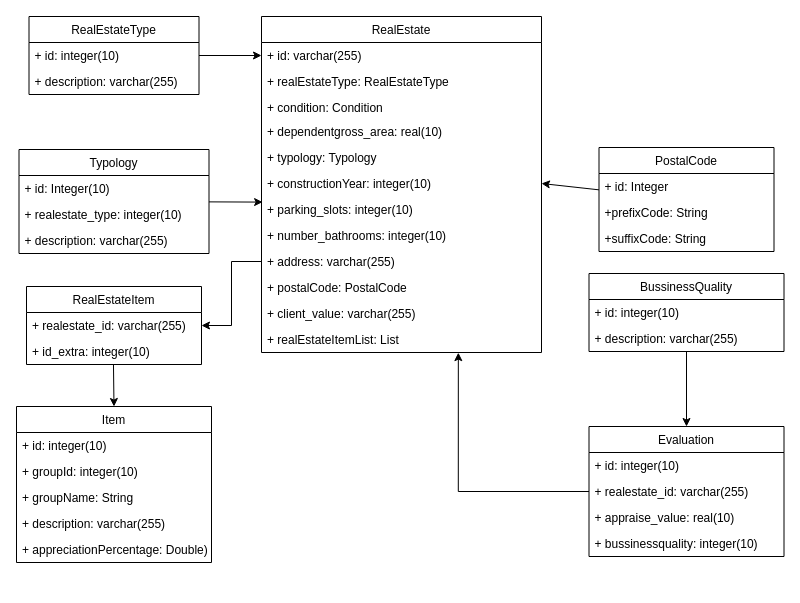
The draw.io diagram Docs/ClassDiagram.drawio in Summorox/Real-Estate-Appraisal, before the edit. Source tidied: cells renumbered, new cells numbered last; positions are measured from the earlier drawing's top-left corner, leaving out a move shared by most shapes. Both pictures are drawn from the tidied source at 100%, with x=0, y=0 at pixel (16, 16).
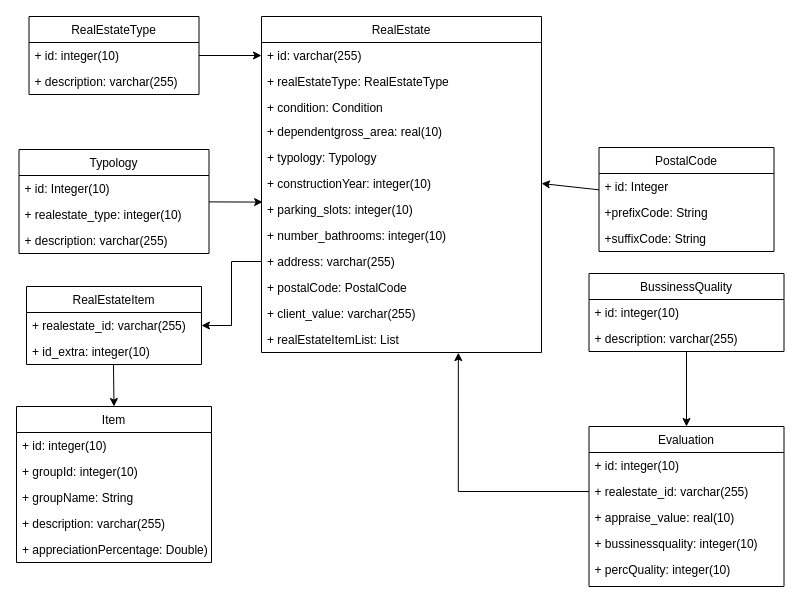
The same page after the edit.

Diff of the diagram source:
```diff
@@
     <mxCell id="35" value="Evaluation" style="swimlane;fontStyle=0;horizontal=1;startSize=26;fillColor=none;" parent="1" vertex="1">
-      <mxGeometry x="572.5" y="410" width="195" height="130" as="geometry" />
+      <mxGeometry x="572.5" y="410" width="195" height="160" as="geometry" />
     </mxCell>
@@
+    <mxCell id="50" value="+ percQuality: integer(10)" style="text;strokeColor=none;fillColor=none;spacingLeft=4;spacingRight=4;overflow=hidden;fontSize=12;" parent="35" vertex="1">
+      <mxGeometry y="130" width="195" height="30" as="geometry" />
+    </mxCell>
```
